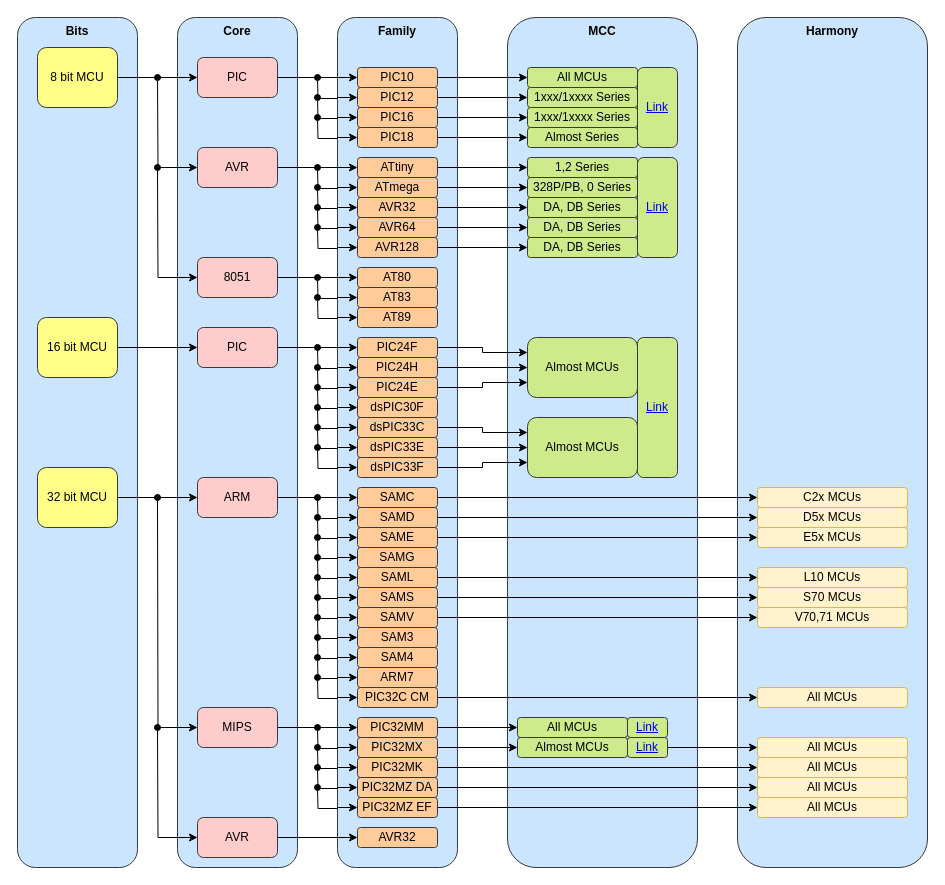
Above: Docs/MICROCHIP_MCU_Overview.drawio in sampidevkit/PIC32DevKit (draw.io), before the change. Source tidied: cells renumbered, new cells numbered last; positions are measured from the earlier drawing's top-left corner, leaving out a move shared by most shapes. Both pictures are drawn from the tidied source at 100%, with x=0, y=0 at pixel (17, 17).
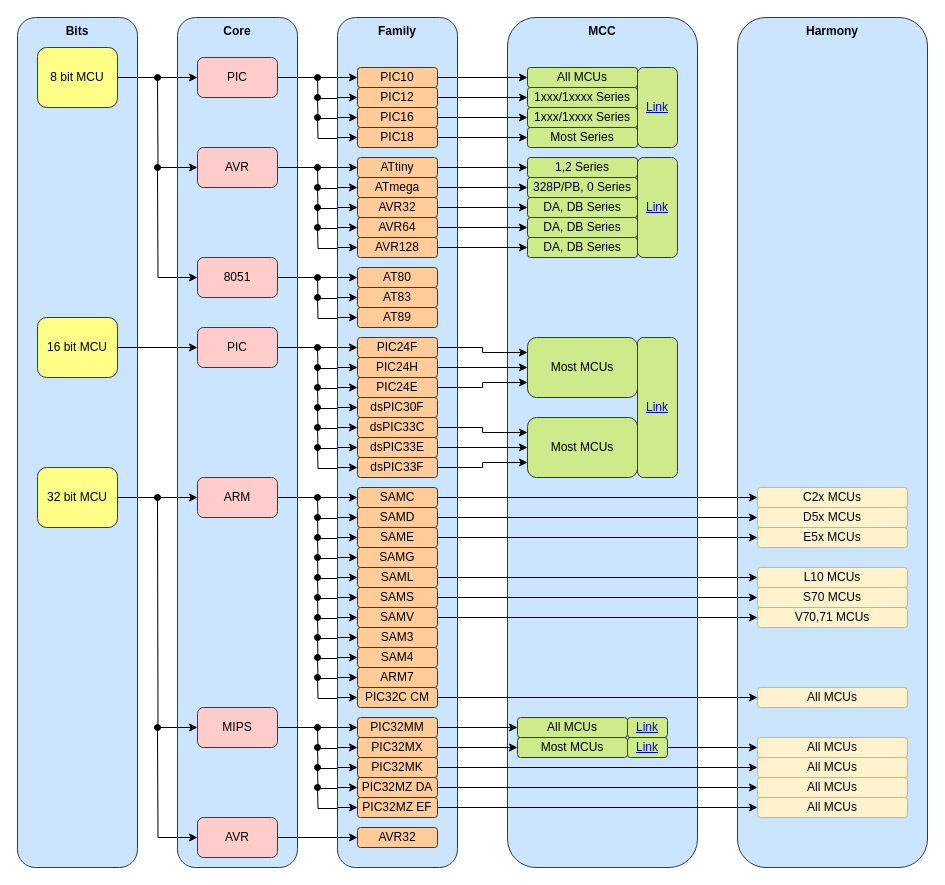
The same diagram, later.

Diff of the diagram source:
```diff
@@
-    <mxCell id="131" value="Almost Series" style="rounded=1;whiteSpace=wrap;html=1;fillColor=#cdeb8b;strokeColor=#36393d;" parent="1" vertex="1">
+    <mxCell id="131" value="Most Series" style="rounded=1;whiteSpace=wrap;html=1;fillColor=#cdeb8b;strokeColor=#36393d;" parent="1" vertex="1">
       <mxGeometry x="510" y="110" width="110" height="20" as="geometry" />
     </mxCell>
@@
-    <mxCell id="134" value="Almost MCUs" style="rounded=1;whiteSpace=wrap;html=1;fillColor=#cdeb8b;strokeColor=#36393d;" parent="1" vertex="1">
+    <mxCell id="134" value="Most MCUs" style="rounded=1;whiteSpace=wrap;html=1;fillColor=#cdeb8b;strokeColor=#36393d;" parent="1" vertex="1">
       <mxGeometry x="510" y="320" width="110" height="60" as="geometry" />
     </mxCell>
@@
-    <mxCell id="136" value="Almost MCUs" style="rounded=1;whiteSpace=wrap;html=1;fillColor=#cdeb8b;strokeColor=#36393d;" parent="1" vertex="1">
+    <mxCell id="136" value="Most MCUs" style="rounded=1;whiteSpace=wrap;html=1;fillColor=#cdeb8b;strokeColor=#36393d;" parent="1" vertex="1">
       <mxGeometry x="510" y="400" width="110" height="60" as="geometry" />
     </mxCell>
@@
-    <mxCell id="138" value="Almost MCUs" style="rounded=1;whiteSpace=wrap;html=1;fillColor=#cdeb8b;strokeColor=#36393d;" parent="1" vertex="1">
+    <mxCell id="138" value="Most MCUs" style="rounded=1;whiteSpace=wrap;html=1;fillColor=#cdeb8b;strokeColor=#36393d;" parent="1" vertex="1">
       <mxGeometry x="500" y="720" width="110" height="20" as="geometry" />
     </mxCell>
```
